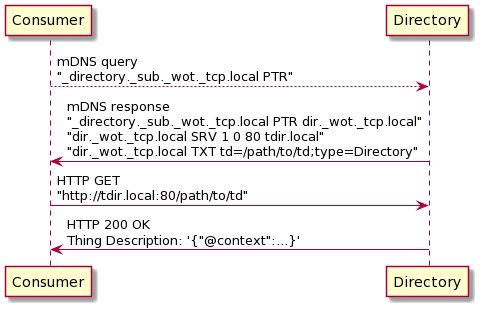
Above: images/sequence-dnssd-directory.png in w3c/wot-discovery (PlantUML), before the change.
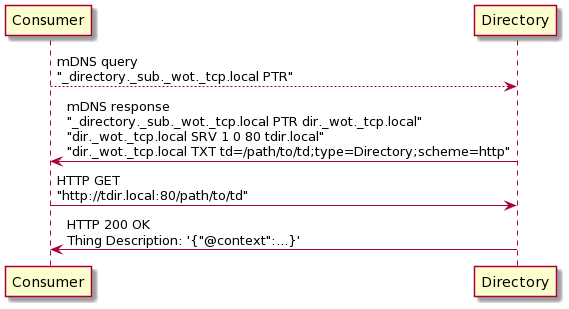
The same file after the commit.

The edit, as a diff of the source:
```diff
@@ -5,7 +5,7 @@
 participant "Directory" as Directory
 
 Consumer --> Directory : mDNS query\n"_directory._sub._wot._tcp.local PTR"
-Directory ->  Consumer : mDNS response\n"_directory._sub._wot._tcp.local PTR dir._wot._tcp.local"\n"dir._wot._tcp.local SRV 1 0 80 tdir.local"\n"dir._wot._tcp.local TXT td=/path/to/td;type=Directory"
+Directory ->  Consumer : mDNS response\n"_directory._sub._wot._tcp.local PTR dir._wot._tcp.local"\n"dir._wot._tcp.local SRV 1 0 80 tdir.local"\n"dir._wot._tcp.local TXT td=/path/to/td;type=Directory;scheme=http"
 Consumer -> Directory  : HTTP GET\n"http://tdir.local:80/path/to/td"
 Directory ->  Consumer : HTTP 200 OK\nThing Description: '{"@context":...}'
 @enduml
```
